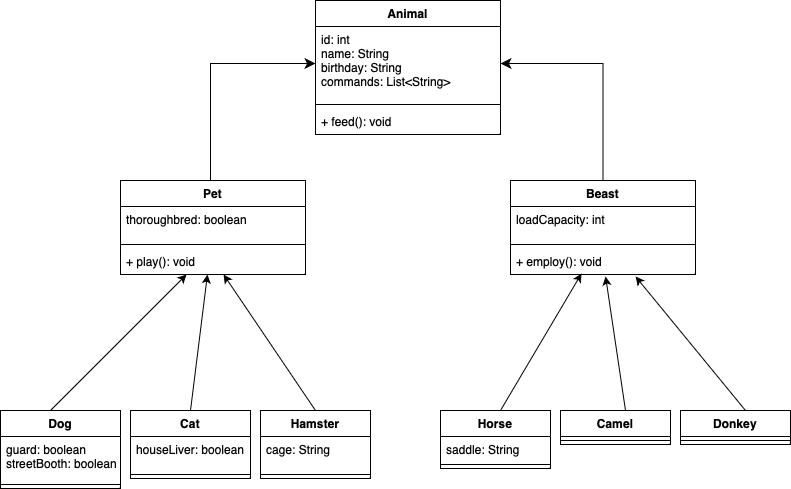
mariarchie/FinalAssessment keeps this draw.io diagram as Animals Diagram.drawio.png. Above is the earlier version. Source tidied: cells renumbered, new cells last; positions are measured from the earlier drawing's top-left corner, leaving out a move shared by most shapes.
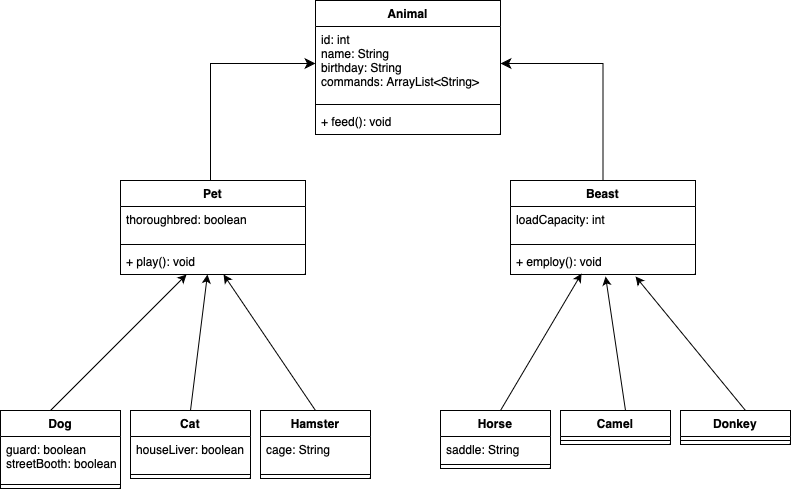
Above is the later version.

What changed in the source:
```diff
@@ -5,7 +5,7 @@
     <mxCell id="2" value="Animal" style="swimlane;fontStyle=1;align=center;verticalAlign=top;horizontal=1;startSize=26;" parent="1" vertex="1">
       <mxGeometry x="315" width="185" height="134" as="geometry" />
     </mxCell>
-    <mxCell id="3" value="id: int&#10;name: String&#10;birthday: String&#10;commands: List&lt;String&gt;&#10;" style="text;strokeColor=none;fillColor=none;align=left;verticalAlign=top;spacingLeft=4;spacingRight=4;overflow=hidden;points=[[0,0.5],[1,0.5]];portConstraint=eastwest;" parent="2" vertex="1">
+    <mxCell id="3" value="id: int&#10;name: String&#10;birthday: String&#10;commands: ArrayList&lt;String&gt;&#10;" style="text;strokeColor=none;fillColor=none;align=left;verticalAlign=top;spacingLeft=4;spacingRight=4;overflow=hidden;points=[[0,0.5],[1,0.5]];portConstraint=eastwest;" parent="2" vertex="1">
       <mxGeometry y="26" width="185" height="74" as="geometry" />
     </mxCell>
     <mxCell id="4" style="line;strokeWidth=1;fillColor=none;align=left;verticalAlign=middle;spacingTop=-1;spacingLeft=3;spacingRight=3;labelPosition=right;strokeColor=inherit;" parent="2" vertex="1">
```
